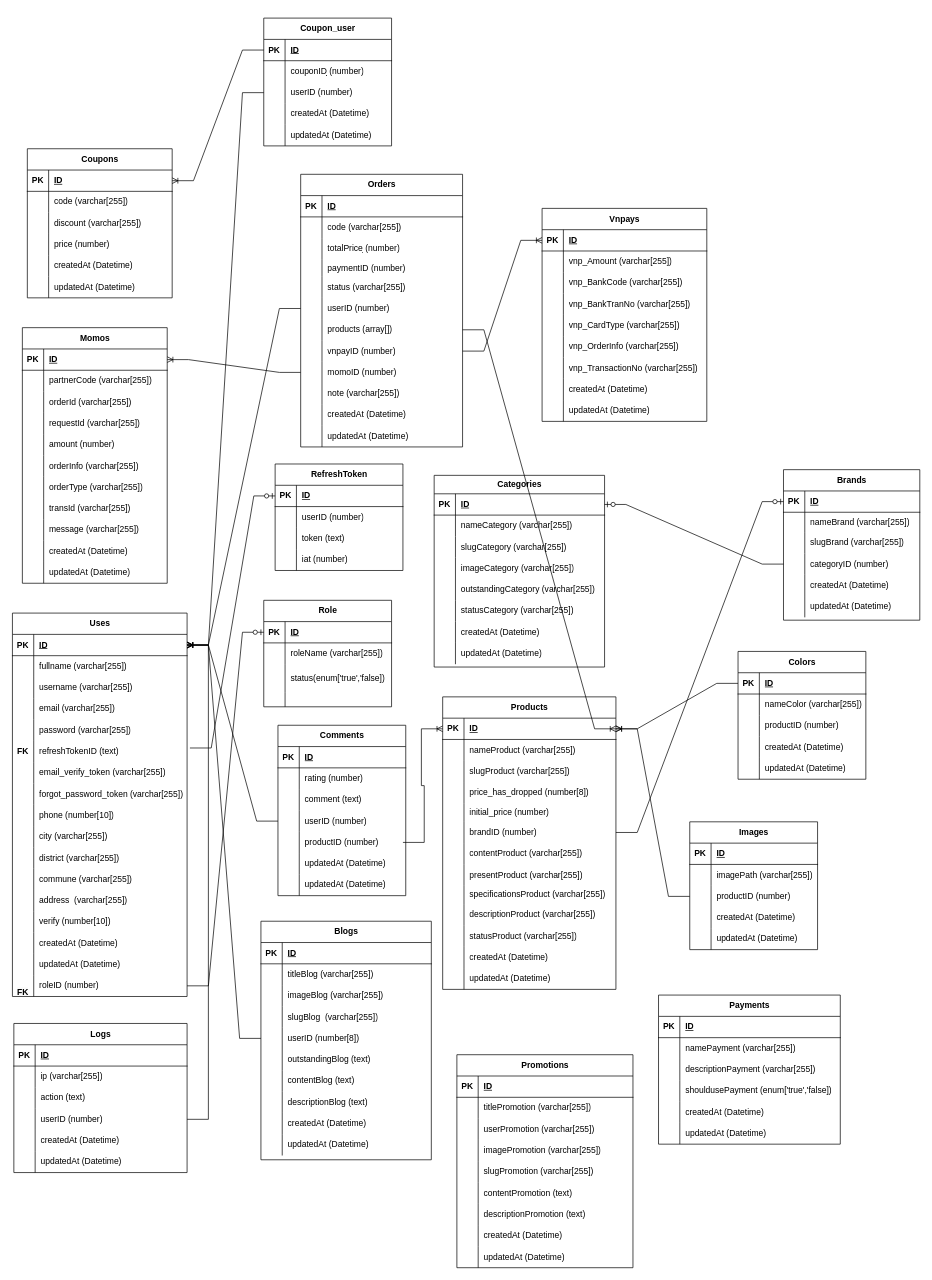
This is src/doan.drawio from QuocHuy03/HoangHaPC, a draw.io file, before an edit. Source tidied: cells renumbered, new cells numbered last; positions are measured from the earlier drawing's top-left corner, leaving out a move shared by most shapes. Both pictures are drawn from the tidied source at 71%, with x=0, y=0 at pixel (12, 7).
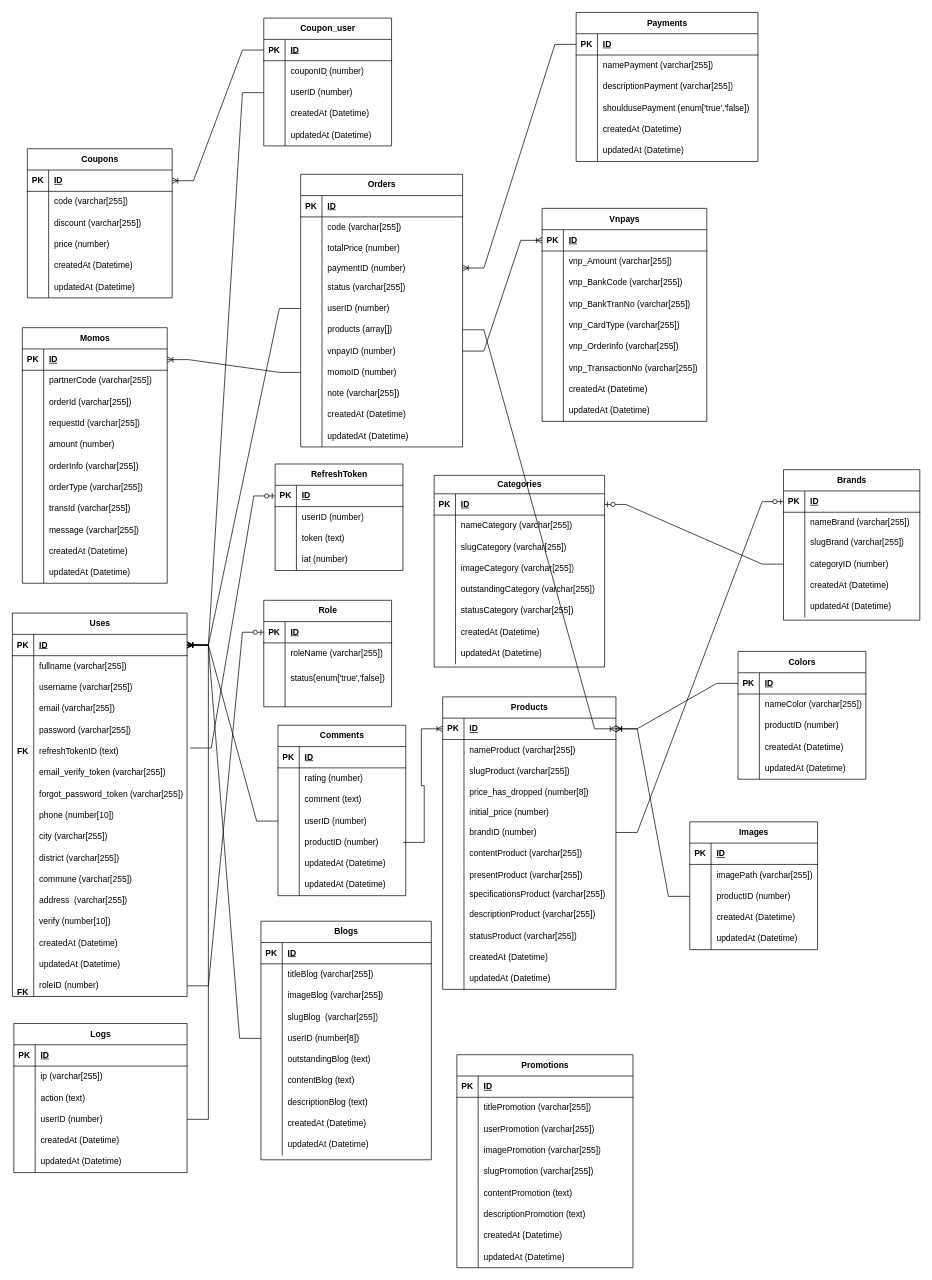
The same diagram, later.

Commit message (it also covers changes not shown here):
Cập nhật doan.drawio

Unchanged cells that the change refers to:
```xml
<mxCell id="360" style="shape=tableRow;horizontal=0;startSize=0;swimlaneHead=0;swimlaneBody=0;fillColor=none;points=[[0,0.5],[1,0.5]];portConstraint=eastwest;top=0;left=0;right=0;bottom=1;" parent="359" vertex="1">
  <mxGeometry y="30" width="256" height="30" as="geometry" />
</mxCell>
<mxCell id="388" style="shape=tableRow;horizontal=0;startSize=0;swimlaneHead=0;swimlaneBody=0;fillColor=none;points=[[0,0.5],[1,0.5]];portConstraint=eastwest;top=0;left=0;right=0;bottom=0;" parent="378" vertex="1">
  <mxGeometry y="120" width="228" height="24" as="geometry" />
</mxCell>
```

The edit, as a diff of the source:
```diff
@@
     <mxCell id="359" value="Payments" style="shape=table;startSize=30;childLayout=tableLayout;rowLines=0;fontStyle=1;align=center;html=1;" parent="1" vertex="1">
-      <mxGeometry x="910" y="1391" width="256" height="210" as="geometry" />
+      <mxGeometry x="794" y="7" width="256" height="210" as="geometry" />
     </mxCell>
@@
+    <mxCell id="465" style="edgeStyle=entityRelationEdgeStyle;fontSize=12;html=1;endArrow=ERoneToMany;rounded=0;exitX=0;exitY=0.5;exitDx=0;exitDy=0;entryX=1;entryY=0.5;entryDx=0;entryDy=0;" parent="1" edge="1" source="360" target="388">
+      <mxGeometry relative="1" as="geometry">
+        <Array as="points">
+          <mxPoint x="1170" y="625" />
+          <mxPoint x="918" y="823" />
+          <mxPoint x="1146" y="633" />
+          <mxPoint x="1076" y="484" />
+          <mxPoint x="566" y="631" />
+        </Array>
+      </mxGeometry>
+    </mxCell>
```
